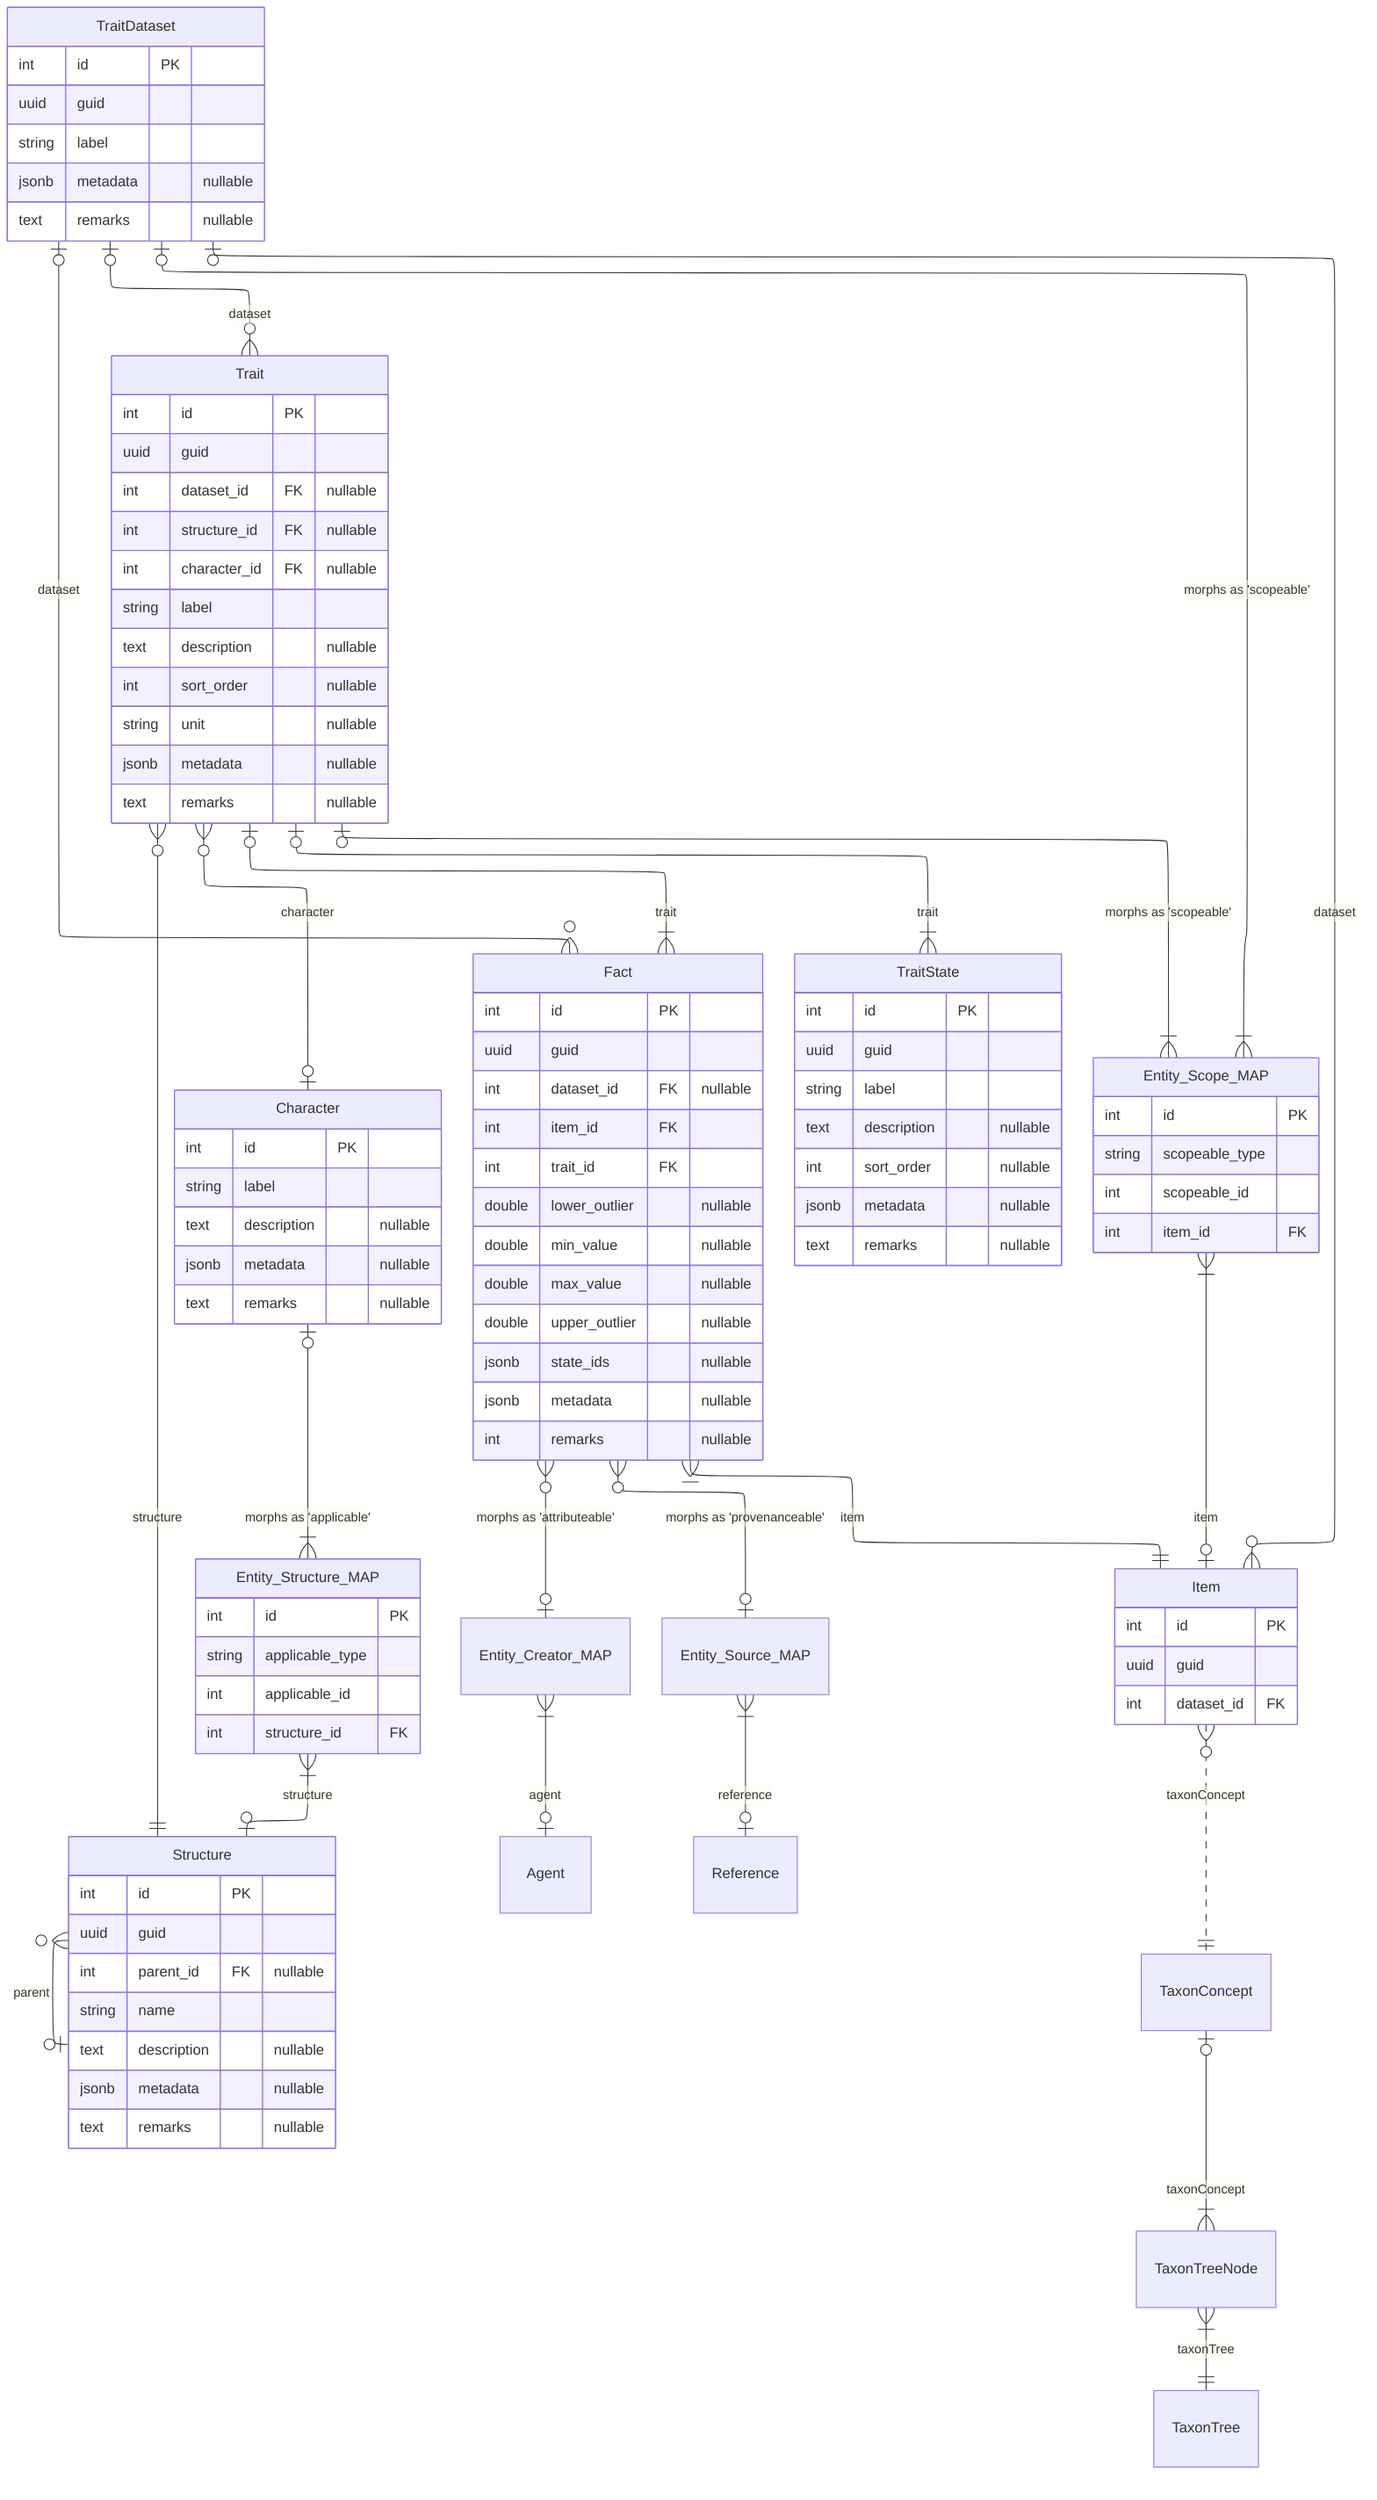
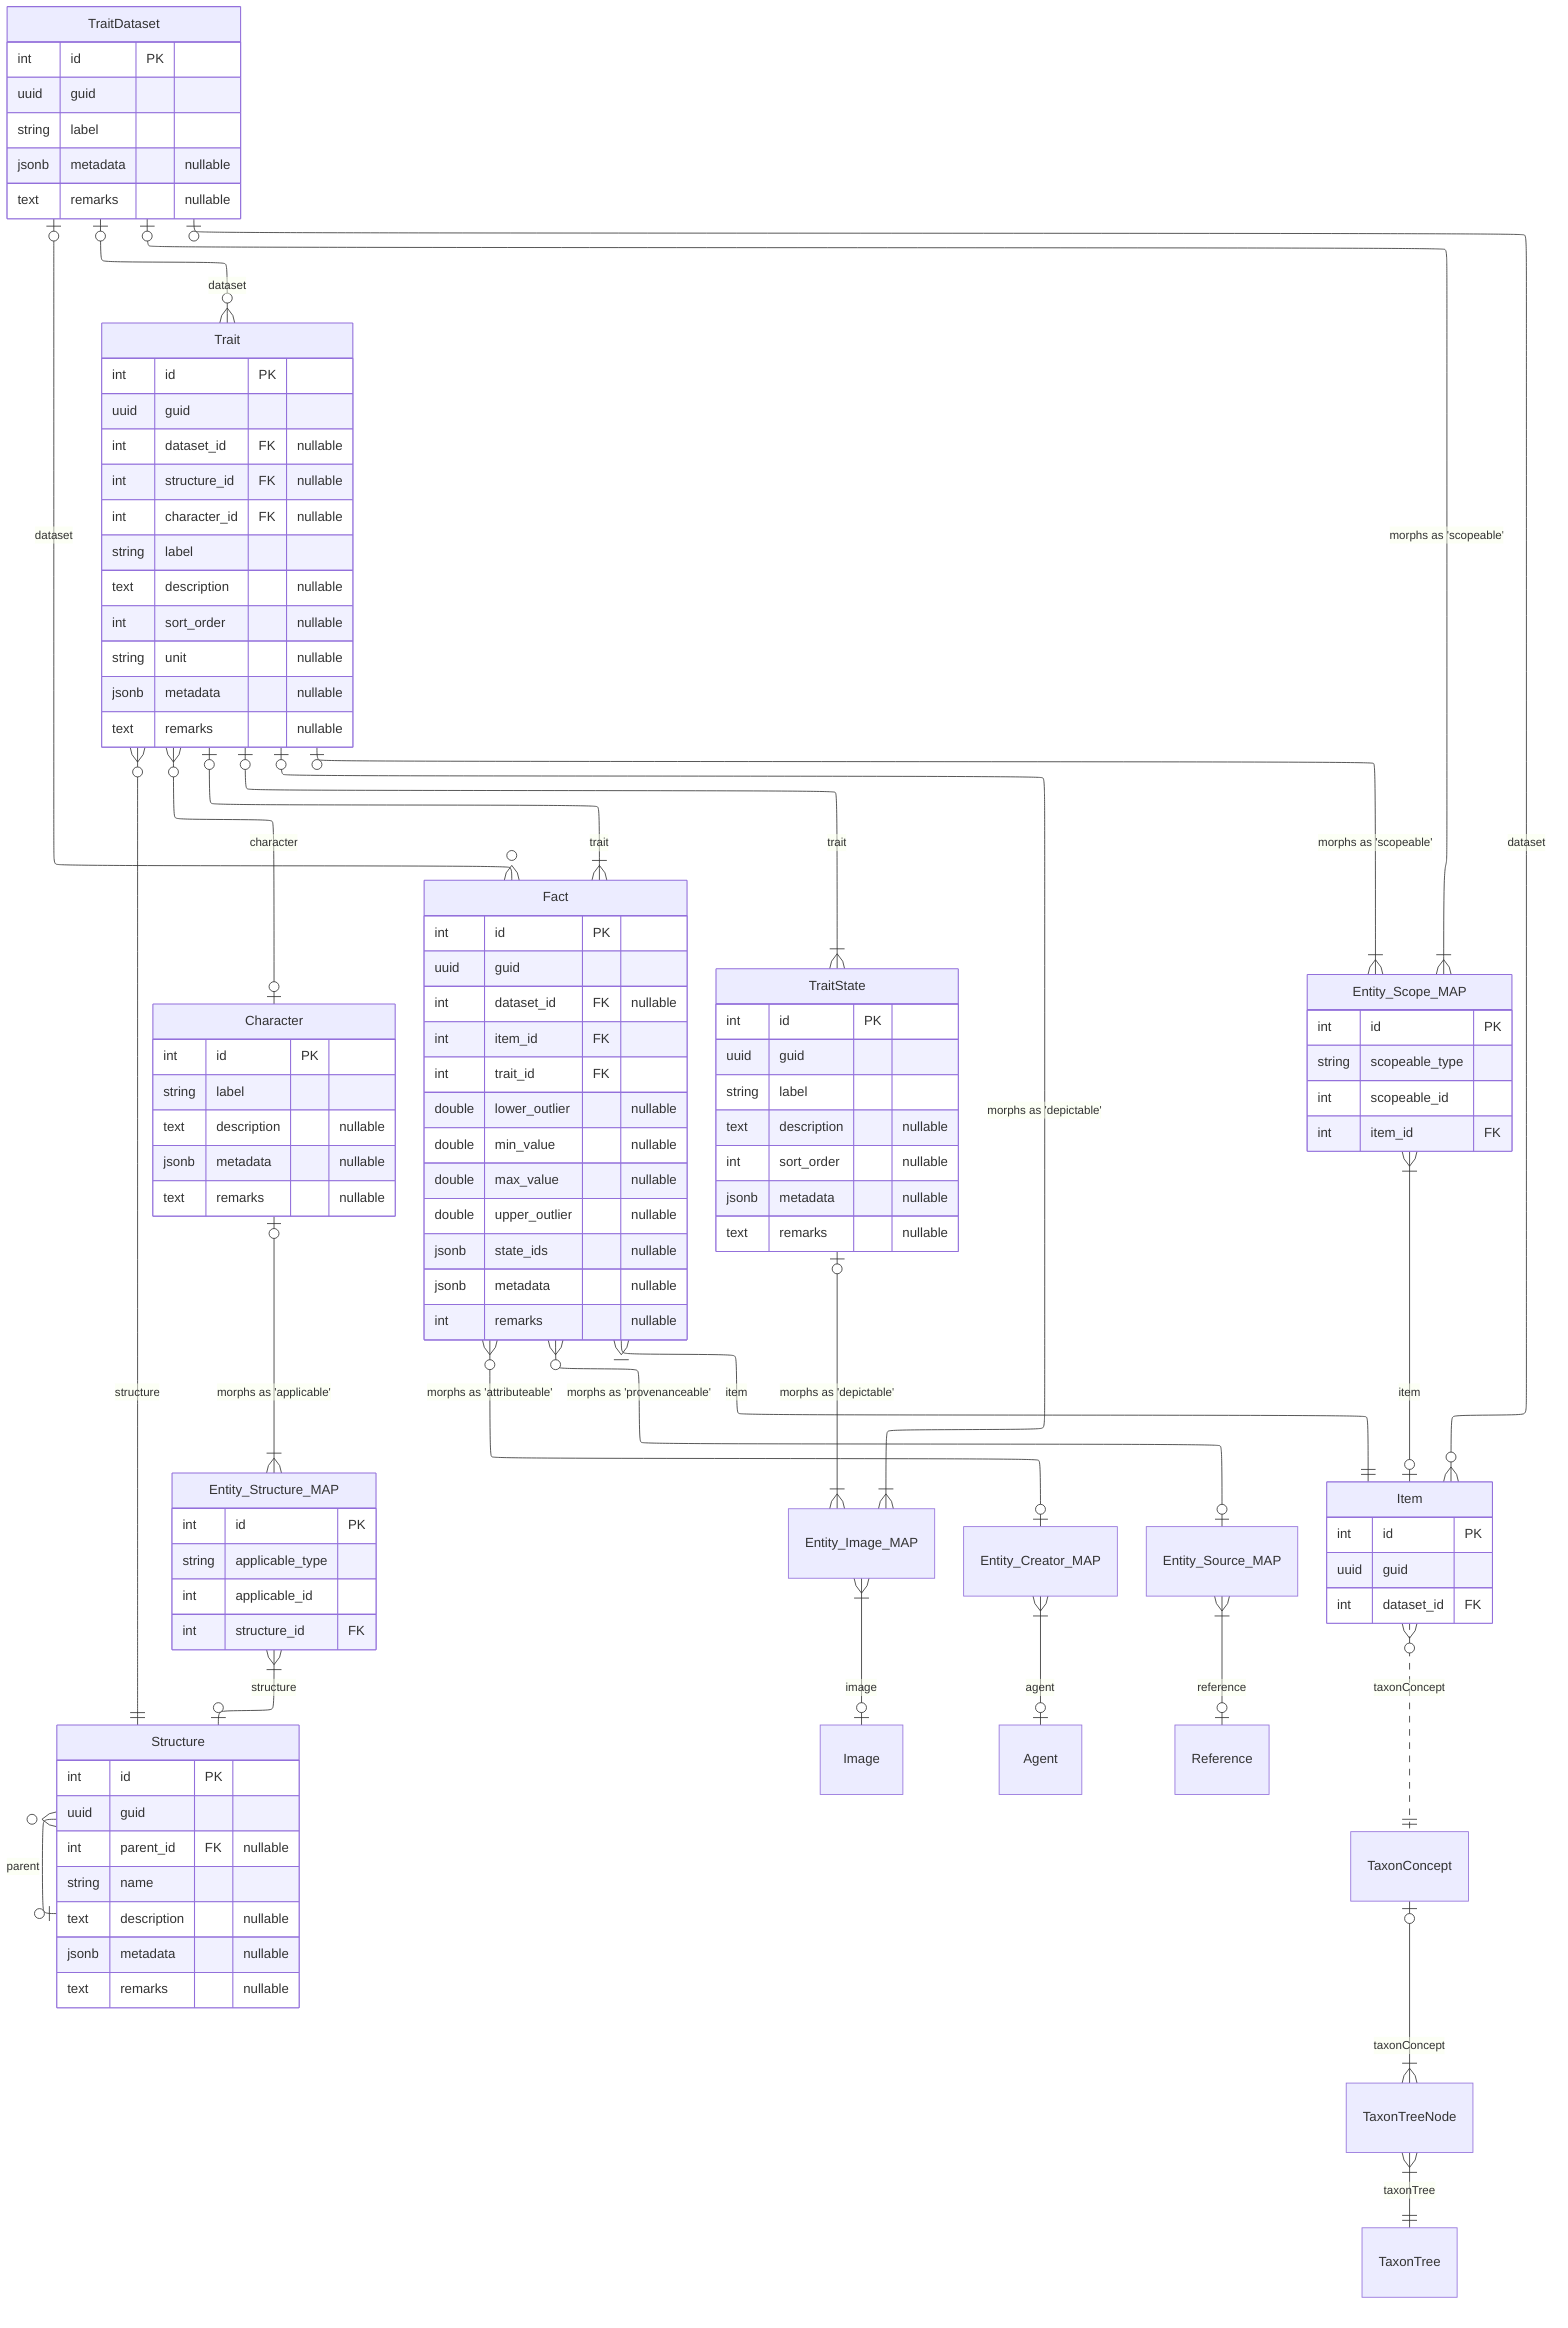
---
config:
  layout: elk
  # elk:
  #   nodePlacementStrategy: NETWORK_SIMPLEX
  #   cycleBreakingStrategy: GREEDY
  #   edgeRouting: ORTHOGONAL
  #   spacing.nodeNode: 100
  #   spacing.edgeNode: 60
  #   direction: RIGHT
---
erDiagram
  TraitDataset |o--o{ Trait : dataset
  Trait }o--o| Character : character
  Character |o--|{ Entity_Structure_MAP : "morphs as 'applicable'"
  Entity_Structure_MAP }|--o| Structure : structure
  Trait }o--|| Structure : structure
  Structure }o--o| Structure : parent

  Trait |o--|{ Fact : trait
  TraitDataset |o--o{ Fact : dataset
  Trait |o--|{ TraitState : trait
+ 
+   Trait |o--|{ Entity_Image_MAP : "morphs as 'depictable'"
+   TraitState |o--|{ Entity_Image_MAP : "morphs as 'depictable'"
+   Entity_Image_MAP }|--o| Image : "image"

  Fact }o--o| Entity_Creator_MAP : "morphs as 'attributeable'"
  Entity_Creator_MAP }|--o| Agent : agent

  Fact }o--o| Entity_Source_MAP : "morphs as 'provenanceable'"
  Entity_Source_MAP }|--o| Reference : reference

  TraitDataset |o--o{ Item : dataset
  Fact }|--|| Item : item
  Item }o..|| TaxonConcept : "taxonConcept"
  TaxonConcept |o--|{ TaxonTreeNode : taxonConcept
  TaxonTreeNode }|--|| TaxonTree : taxonTree

  TraitDataset |o--|{ Entity_Scope_MAP : "morphs as 'scopeable'"
  Trait |o--|{ Entity_Scope_MAP : "morphs as 'scopeable'"
  Entity_Scope_MAP }|--o| Item : item

  TraitDataset {
    int id PK
    uuid guid
    string label
    jsonb metadata "nullable"
    text remarks "nullable"
  }

  Trait {
    int id PK
    uuid guid
    int dataset_id FK "nullable"
    int structure_id FK "nullable"
    int character_id FK "nullable"
    string label
    text description "nullable"
    int sort_order "nullable"
    string unit "nullable"
    jsonb metadata "nullable"
    text remarks "nullable"
  }

  TraitState {
    int id PK
    uuid guid
    string label
    text description "nullable"
    int sort_order "nullable"
    jsonb metadata "nullable"
    text remarks "nullable"
  }

  Item {
    int id PK
    uuid guid
    int dataset_id FK
  }

  Fact {
    int id PK
    uuid guid
    int dataset_id FK "nullable"
    int item_id FK
    int trait_id FK
    double lower_outlier "nullable"
    double min_value "nullable"
    double max_value "nullable"
    double upper_outlier "nullable"
    jsonb state_ids "nullable"
    jsonb metadata "nullable"
    int remarks "nullable"
  }

  Entity_Structure_MAP {
    int id PK
    string applicable_type
    int applicable_id
    int structure_id FK
  }

  Structure {
    int id PK
    uuid guid
    int parent_id FK "nullable"
    string name
    text description "nullable"
    jsonb metadata "nullable"
    text remarks "nullable"
  }

  Character {
    int id PK
    string label
    text description "nullable"
    jsonb metadata "nullable"
    text remarks "nullable"
  }

  Entity_Scope_MAP {
    int id PK
    string scopeable_type
    int scopeable_id
    int item_id FK
  }